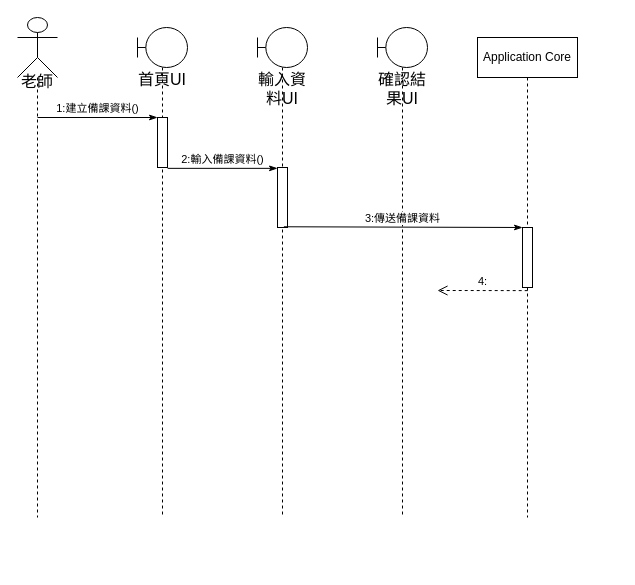
This is UI循序圖(蒐集備課資料).drawio from Kevincheng0804/System-analysis, a draw.io file, before an edit. Source tidied: cells renumbered, new cells numbered last; positions are measured from the earlier drawing's top-left corner, leaving out a move shared by most shapes. Both pictures are drawn from the tidied source at 100%, with x=0, y=0 at pixel (17, 17).
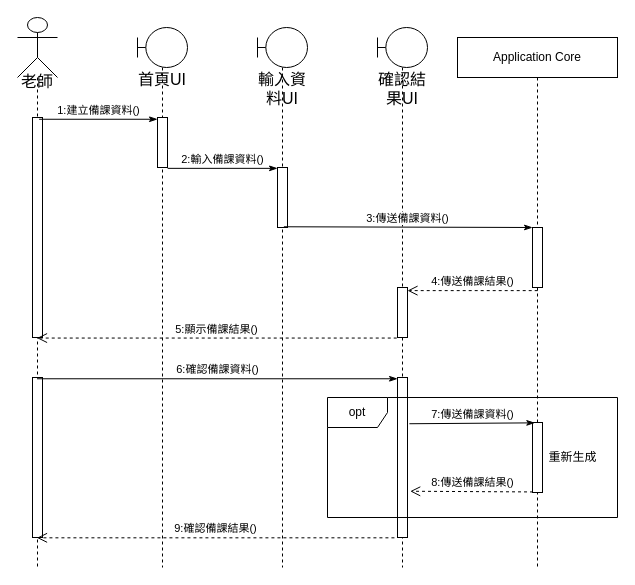
The same page after the edit.

The change refers to these unchanged cells:
```xml
<mxCell id="4" style="html=1;points=[];perimeter=orthogonalPerimeter;" parent="3" vertex="1">
  <mxGeometry x="20" y="90" width="10" height="50" as="geometry" />
</mxCell>
<mxCell id="6" style="html=1;points=[];perimeter=orthogonalPerimeter;" parent="5" vertex="1">
  <mxGeometry x="20" y="140" width="10" height="60" as="geometry" />
</mxCell>
```

The edit, as a diff of the source:
```diff
@@
     <mxCell id="2" value="&lt;p&gt;&lt;font style=&quot;font-size: 16px;&quot;&gt;老師&lt;/font&gt;&lt;/p&gt;" style="shape=umlLifeline;participant=umlActor;perimeter=lifelinePerimeter;whiteSpace=wrap;html=1;verticalAlign=top;spacingTop=36;outlineConnect=0;size=60;align=center;" parent="1" vertex="1">
-      <mxGeometry width="40" height="500" as="geometry" />
+      <mxGeometry width="40" height="550" as="geometry" />
     </mxCell>
+    <mxCell id="14" style="html=1;points=[];perimeter=orthogonalPerimeter;" parent="2" vertex="1">
+      <mxGeometry x="15" y="100" width="10" height="220" as="geometry" />
+    </mxCell>
+    <mxCell id="15" style="html=1;perimeter=orthogonalPerimeter;" parent="2" vertex="1">
+      <mxGeometry x="15" y="360" width="10" height="160" as="geometry" />
+    </mxCell>
     <mxCell id="3" value="首頁UI" style="shape=umlLifeline;participant=umlBoundary;perimeter=lifelinePerimeter;whiteSpace=wrap;html=1;verticalAlign=top;spacingTop=36;fontSize=16;" parent="1" vertex="1">
-      <mxGeometry x="120" y="10" width="50" height="490" as="geometry" />
+      <mxGeometry x="120" y="10" width="50" height="540" as="geometry" />
     </mxCell>
@@
     <mxCell id="5" value="輸入資料UI" style="shape=umlLifeline;participant=umlBoundary;perimeter=lifelinePerimeter;whiteSpace=wrap;html=1;verticalAlign=top;spacingTop=36;fontSize=16;" parent="1" vertex="1">
-      <mxGeometry x="240" y="10" width="50" height="490" as="geometry" />
+      <mxGeometry x="240" y="10" width="50" height="540" as="geometry" />
     </mxCell>
@@
     <mxCell id="7" value="確認結果UI" style="shape=umlLifeline;participant=umlBoundary;perimeter=lifelinePerimeter;whiteSpace=wrap;html=1;verticalAlign=top;spacingTop=36;fontSize=16;" parent="1" vertex="1">
-      <mxGeometry x="360" y="10" width="50" height="490" as="geometry" />
+      <mxGeometry x="360" y="10" width="50" height="540" as="geometry" />
     </mxCell>
+    <mxCell id="16" style="html=1;points=[];perimeter=orthogonalPerimeter;" parent="7" vertex="1">
+      <mxGeometry x="20" y="260" width="10" height="50" as="geometry" />
+    </mxCell>
+    <mxCell id="17" style="html=1;points=[];perimeter=orthogonalPerimeter;" parent="7" vertex="1">
+      <mxGeometry x="20" y="350" width="10" height="160" as="geometry" />
+    </mxCell>
     <mxCell id="8" value="Application Core" style="shape=umlLifeline;perimeter=lifelinePerimeter;whiteSpace=wrap;html=1;" parent="1" vertex="1">
-      <mxGeometry x="460" y="20" width="100" height="480" as="geometry" />
+      <mxGeometry x="440" y="20" width="160" height="530" as="geometry" />
     </mxCell>
     <mxCell id="9" style="html=1;points=[];perimeter=orthogonalPerimeter;" parent="8" vertex="1">
-      <mxGeometry x="45" y="190" width="10" height="60" as="geometry" />
+      <mxGeometry x="75" y="190" width="10" height="60" as="geometry" />
     </mxCell>
+    <mxCell id="18" style="html=1;points=[];perimeter=orthogonalPerimeter;" parent="8" vertex="1">
+      <mxGeometry x="75" y="385" width="10" height="70" as="geometry" />
+    </mxCell>
+    <mxCell id="19" value="opt" style="shape=umlFrame;whiteSpace=wrap;html=1;" parent="8" vertex="1">
+      <mxGeometry x="-130" y="360" width="290" height="120" as="geometry" />
+    </mxCell>
-    <mxCell id="10" value="1:建立備課資料()" style="html=1;verticalAlign=bottom;endArrow=classicThin;endFill=1;" parent="1" edge="1" target="4">
-      <mxGeometry relative="1" as="geometry">
-        <mxPoint x="20" y="100" as="sourcePoint" />
-      </mxGeometry>
+    <mxCell id="10" value="1:建立備課資料()" style="html=1;verticalAlign=bottom;endArrow=classicThin;endFill=1;exitX=0.664;exitY=0.008;exitDx=0;exitDy=0;exitPerimeter=0;" parent="1" edge="1" source="14" target="4">
+      <mxGeometry relative="1" as="geometry" />
     </mxCell>
@@
-    <mxCell id="12" value="3:傳送備課資料" style="html=1;verticalAlign=bottom;endArrow=classicThin;endFill=1;exitX=0.64;exitY=0.988;exitDx=0;exitDy=0;exitPerimeter=0;" parent="1" edge="1" source="6" target="9">
+    <mxCell id="12" value="3:傳送備課資料()" style="html=1;verticalAlign=bottom;endArrow=classicThin;endFill=1;exitX=0.64;exitY=0.988;exitDx=0;exitDy=0;exitPerimeter=0;" parent="1" edge="1" source="6" target="9">
       <mxGeometry relative="1" as="geometry" />
     </mxCell>
-    <mxCell id="13" value="4:" style="html=1;verticalAlign=bottom;endArrow=open;dashed=1;endSize=8;exitX=0.521;exitY=1.052;exitDx=0;exitDy=0;exitPerimeter=0;" parent="1" edge="1" source="9">
-      <mxGeometry relative="1" as="geometry">
-        <mxPoint x="420" y="273" as="targetPoint" />
-      </mxGeometry>
+    <mxCell id="13" value="4:傳送備課結果()" style="html=1;verticalAlign=bottom;endArrow=open;dashed=1;endSize=8;exitX=0.521;exitY=1.052;exitDx=0;exitDy=0;exitPerimeter=0;" parent="1" edge="1" source="9" target="16">
+      <mxGeometry relative="1" as="geometry" />
     </mxCell>
+    <mxCell id="20" value="5:顯示備課結果()" style="html=1;verticalAlign=bottom;endArrow=open;dashed=1;endSize=8;exitX=-0.076;exitY=1.011;exitDx=0;exitDy=0;exitPerimeter=0;" parent="1" edge="1" source="16" target="2">
+      <mxGeometry relative="1" as="geometry" />
+    </mxCell>
+    <mxCell id="21" value="6:確認備課資料()" style="html=1;verticalAlign=bottom;endArrow=classicThin;endFill=1;entryX=0.003;entryY=0.008;entryDx=0;entryDy=0;entryPerimeter=0;" parent="1" edge="1" source="2" target="17">
+      <mxGeometry relative="1" as="geometry" />
+    </mxCell>
+    <mxCell id="22" value="7:傳送備課資料()" style="html=1;verticalAlign=bottom;endArrow=classicThin;endFill=1;exitX=1.188;exitY=0.289;exitDx=0;exitDy=0;exitPerimeter=0;entryX=0.231;entryY=0.005;entryDx=0;entryDy=0;entryPerimeter=0;" parent="1" edge="1" source="17" target="18">
+      <mxGeometry relative="1" as="geometry" />
+    </mxCell>
+    <mxCell id="23" value="8:傳送備課結果()" style="html=1;verticalAlign=bottom;endArrow=open;dashed=1;endSize=8;exitX=0.052;exitY=0.992;exitDx=0;exitDy=0;exitPerimeter=0;entryX=1.269;entryY=0.711;entryDx=0;entryDy=0;entryPerimeter=0;" parent="1" edge="1" source="18" target="17">
+      <mxGeometry relative="1" as="geometry" />
+    </mxCell>
+    <mxCell id="24" value="重新生成" style="text;html=1;align=center;verticalAlign=middle;strokeColor=none;fillColor=none;" parent="1" vertex="1">
+      <mxGeometry x="520" y="425" width="70" height="30" as="geometry" />
+    </mxCell>
+    <mxCell id="25" value="9:確認備課結果()" style="html=1;verticalAlign=bottom;endArrow=open;dashed=1;endSize=8;exitX=-0.307;exitY=1.002;exitDx=0;exitDy=0;exitPerimeter=0;" parent="1" edge="1" source="17" target="2">
+      <mxGeometry relative="1" as="geometry" />
+    </mxCell>
```
